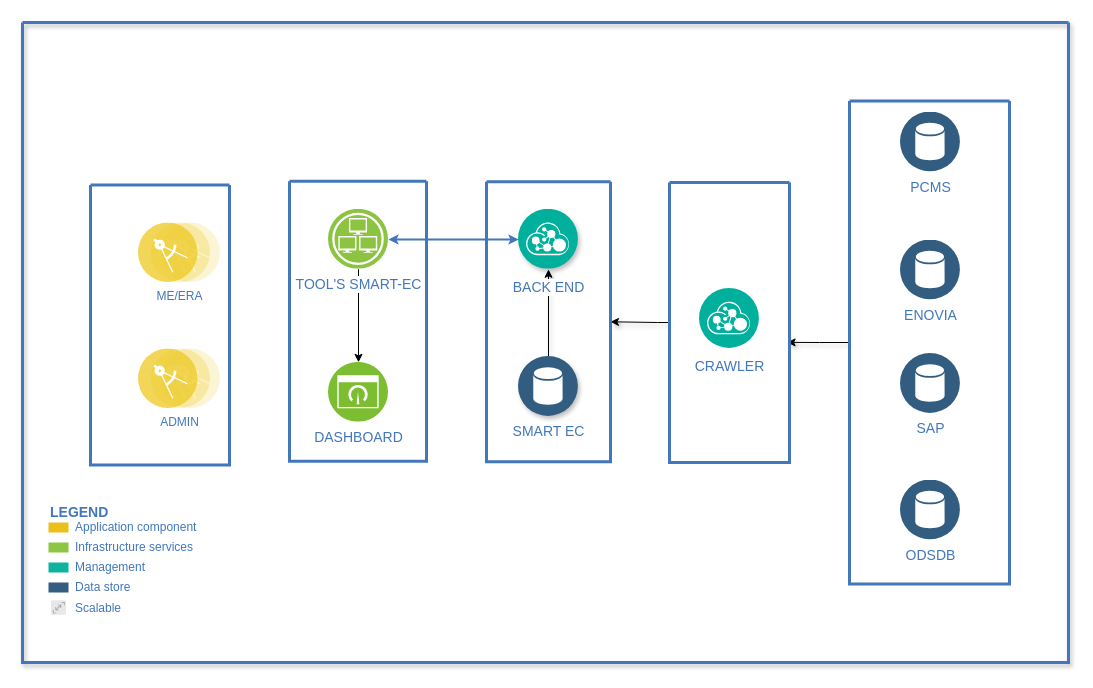
This is Untitled Diagram.drawio from josefrenzy/https-github.com-open-toolchain-dra-toolchain-demo, a draw.io file, before an edit. Source tidied: cells renumbered, new cells numbered last; positions are measured from the earlier drawing's top-left corner, leaving out a move shared by most shapes. Both pictures are drawn from the tidied source at 100%, with x=0, y=0 at pixel (22, 22).
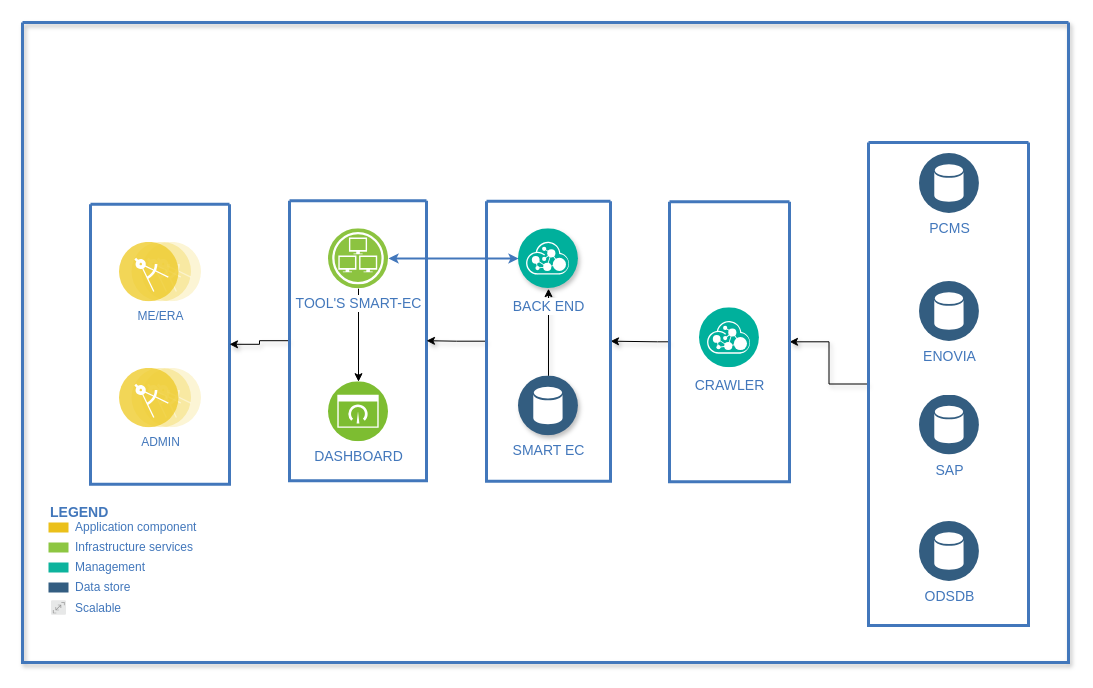
Above is the later version.

Unchanged cells that the change refers to:
```xml
<mxCell id="2" style="swimlane;shadow=1;strokeColor=#4277BB;fillColor=#ffffff;fontColor=#4277BB;align=right;startSize=0;strokeWidth=3;" parent="1" vertex="1">
  <mxGeometry width="1046" height="640" as="geometry" />
</mxCell>
```

What changed in the source:
```diff
@@
     <mxCell id="4" style="swimlane;shadow=0;strokeColor=#4277BB;fillColor=#ffffff;fontColor=#4277BB;align=right;startSize=0;strokeWidth=3;" parent="2" vertex="1">
-      <mxGeometry x="68" y="162.5" width="139" height="280" as="geometry" />
+      <mxGeometry x="68" y="181.8" width="139" height="280" as="geometry" />
     </mxCell>
     <mxCell id="5" value="ME/ERA" style="perimeter=ellipsePerimeter;html=1;align=center;shadow=0;dashed=0;image;image=img/lib/ibm/applications/microservice.svg;labelBackgroundColor=#ffffff;strokeColor=#666666;strokeWidth=3;fillColor=#C2952D;gradientColor=none;fontSize=12;fontColor=#4277BB;" parent="4" vertex="1">
-      <mxGeometry x="48" y="37.8" width="82" height="60" as="geometry" />
+      <mxGeometry x="29" y="37.8" width="82" height="60" as="geometry" />
     </mxCell>
     <mxCell id="6" value="ADMIN" style="perimeter=ellipsePerimeter;html=1;align=center;shadow=0;dashed=0;image;image=img/lib/ibm/applications/microservice.svg;labelBackgroundColor=#ffffff;strokeColor=#666666;strokeWidth=3;fillColor=#C2952D;gradientColor=none;fontSize=12;fontColor=#4277BB;" parent="4" vertex="1">
-      <mxGeometry x="48" y="163.8" width="82" height="60" as="geometry" />
+      <mxGeometry x="29" y="163.8" width="82" height="60" as="geometry" />
     </mxCell>
+    <mxCell id="32" style="edgeStyle=orthogonalEdgeStyle;rounded=0;jettySize=auto;html=1;exitX=0;exitY=0.5;exitDx=0;exitDy=0;entryX=1;entryY=0.5;entryDx=0;entryDy=0;shadow=1;" parent="2" edge="1" source="7" target="4">
+      <mxGeometry relative="1" as="geometry" />
+    </mxCell>
     <mxCell id="7" style="swimlane;shadow=0;strokeColor=#4277BB;fillColor=#ffffff;fontColor=#4277BB;align=right;startSize=0;strokeWidth=3;" parent="2" vertex="1">
-      <mxGeometry x="267" y="158.8" width="137" height="280" as="geometry" />
+      <mxGeometry x="267" y="178.2" width="137" height="280" as="geometry" />
     </mxCell>
@@
-    <mxCell id="11" style="edgeStyle=orthogonalEdgeStyle;rounded=0;jettySize=auto;html=1;exitX=0;exitY=0.5;exitDx=0;exitDy=0;entryX=0.98;entryY=0.571;entryDx=0;entryDy=0;entryPerimeter=0;shadow=1;" parent="2" edge="1" source="12" target="19">
+    <mxCell id="11" style="edgeStyle=orthogonalEdgeStyle;rounded=0;jettySize=auto;html=1;exitX=0;exitY=0.5;exitDx=0;exitDy=0;shadow=1;" parent="2" edge="1" source="12" target="19">
       <mxGeometry relative="1" as="geometry" />
     </mxCell>
     <mxCell id="12" style="swimlane;shadow=0;strokeColor=#4277BB;fillColor=#ffffff;fontColor=#4277BB;align=right;startSize=0;strokeWidth=3;" parent="2" vertex="1">
-      <mxGeometry x="827" y="78.5" width="160" height="483" as="geometry" />
+      <mxGeometry x="846" y="120" width="160" height="483" as="geometry" />
     </mxCell>
@@
     <mxCell id="18" style="edgeStyle=orthogonalEdgeStyle;rounded=0;jettySize=auto;html=1;exitX=0;exitY=0.5;exitDx=0;exitDy=0;entryX=1;entryY=0.5;entryDx=0;entryDy=0;shadow=1;" parent="2" edge="1" source="19" target="21">
       <mxGeometry relative="1" as="geometry">
         <Array as="points">
-          <mxPoint x="635" y="300" />
+          <mxPoint x="635" y="319.3" />
         </Array>
       </mxGeometry>
     </mxCell>
     <mxCell id="19" style="swimlane;shadow=0;strokeColor=#4277BB;fillColor=#ffffff;fontColor=#4277BB;align=right;startSize=0;strokeWidth=3;" parent="2" vertex="1">
-      <mxGeometry x="647" y="160" width="120" height="280" as="geometry" />
+      <mxGeometry x="647" y="179.3" width="120" height="280" as="geometry" />
     </mxCell>
@@
+    <mxCell id="33" style="edgeStyle=orthogonalEdgeStyle;rounded=0;jettySize=auto;html=1;exitX=0;exitY=0.5;exitDx=0;exitDy=0;entryX=1;entryY=0.5;entryDx=0;entryDy=0;shadow=1;" parent="2" edge="1" source="21" target="7">
+      <mxGeometry relative="1" as="geometry" />
+    </mxCell>
     <mxCell id="21" style="swimlane;shadow=0;strokeColor=#4277BB;fillColor=#ffffff;fontColor=#4277BB;align=right;startSize=0;strokeWidth=3;" parent="2" vertex="1">
-      <mxGeometry x="464" y="159.3" width="124" height="280" as="geometry" />
+      <mxGeometry x="464" y="178.7" width="124" height="280" as="geometry" />
     </mxCell>
```
